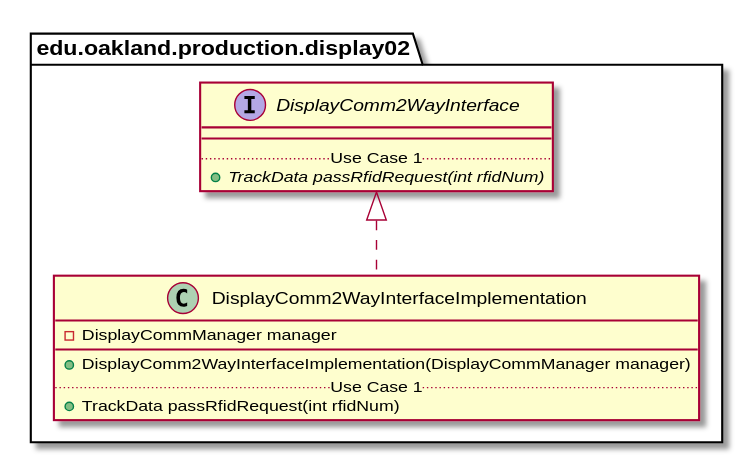
Earlier version of the PlantUML export docs/uml-class-diagrams/display02/production/DisplayComm2WayInterfaceImplementation/DisplayComm2WayInterfaceImplementation_DirectDependencies.svg (andrewdimmer/csi-3370-software-project).
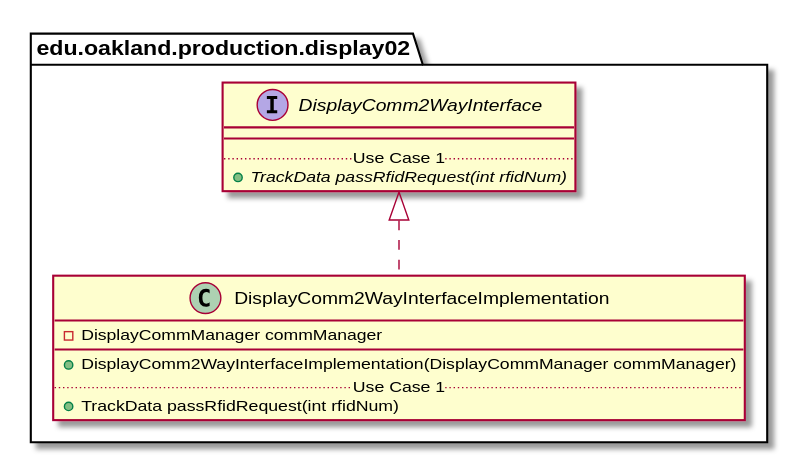
After the change.

The edit, as a diff of the source:
```diff
@@ -3,9 +3,9 @@
 
 package edu.oakland.production.display02 {
     class DisplayComm2WayInterfaceImplementation {
-        - DisplayCommManager manager
+        - DisplayCommManager commManager
         __
-        + DisplayComm2WayInterfaceImplementation(DisplayCommManager manager)
+        + DisplayComm2WayInterfaceImplementation(DisplayCommManager commManager)
         .. Use Case 1 ..
         + TrackData passRfidRequest(int rfidNum)
     }
```
